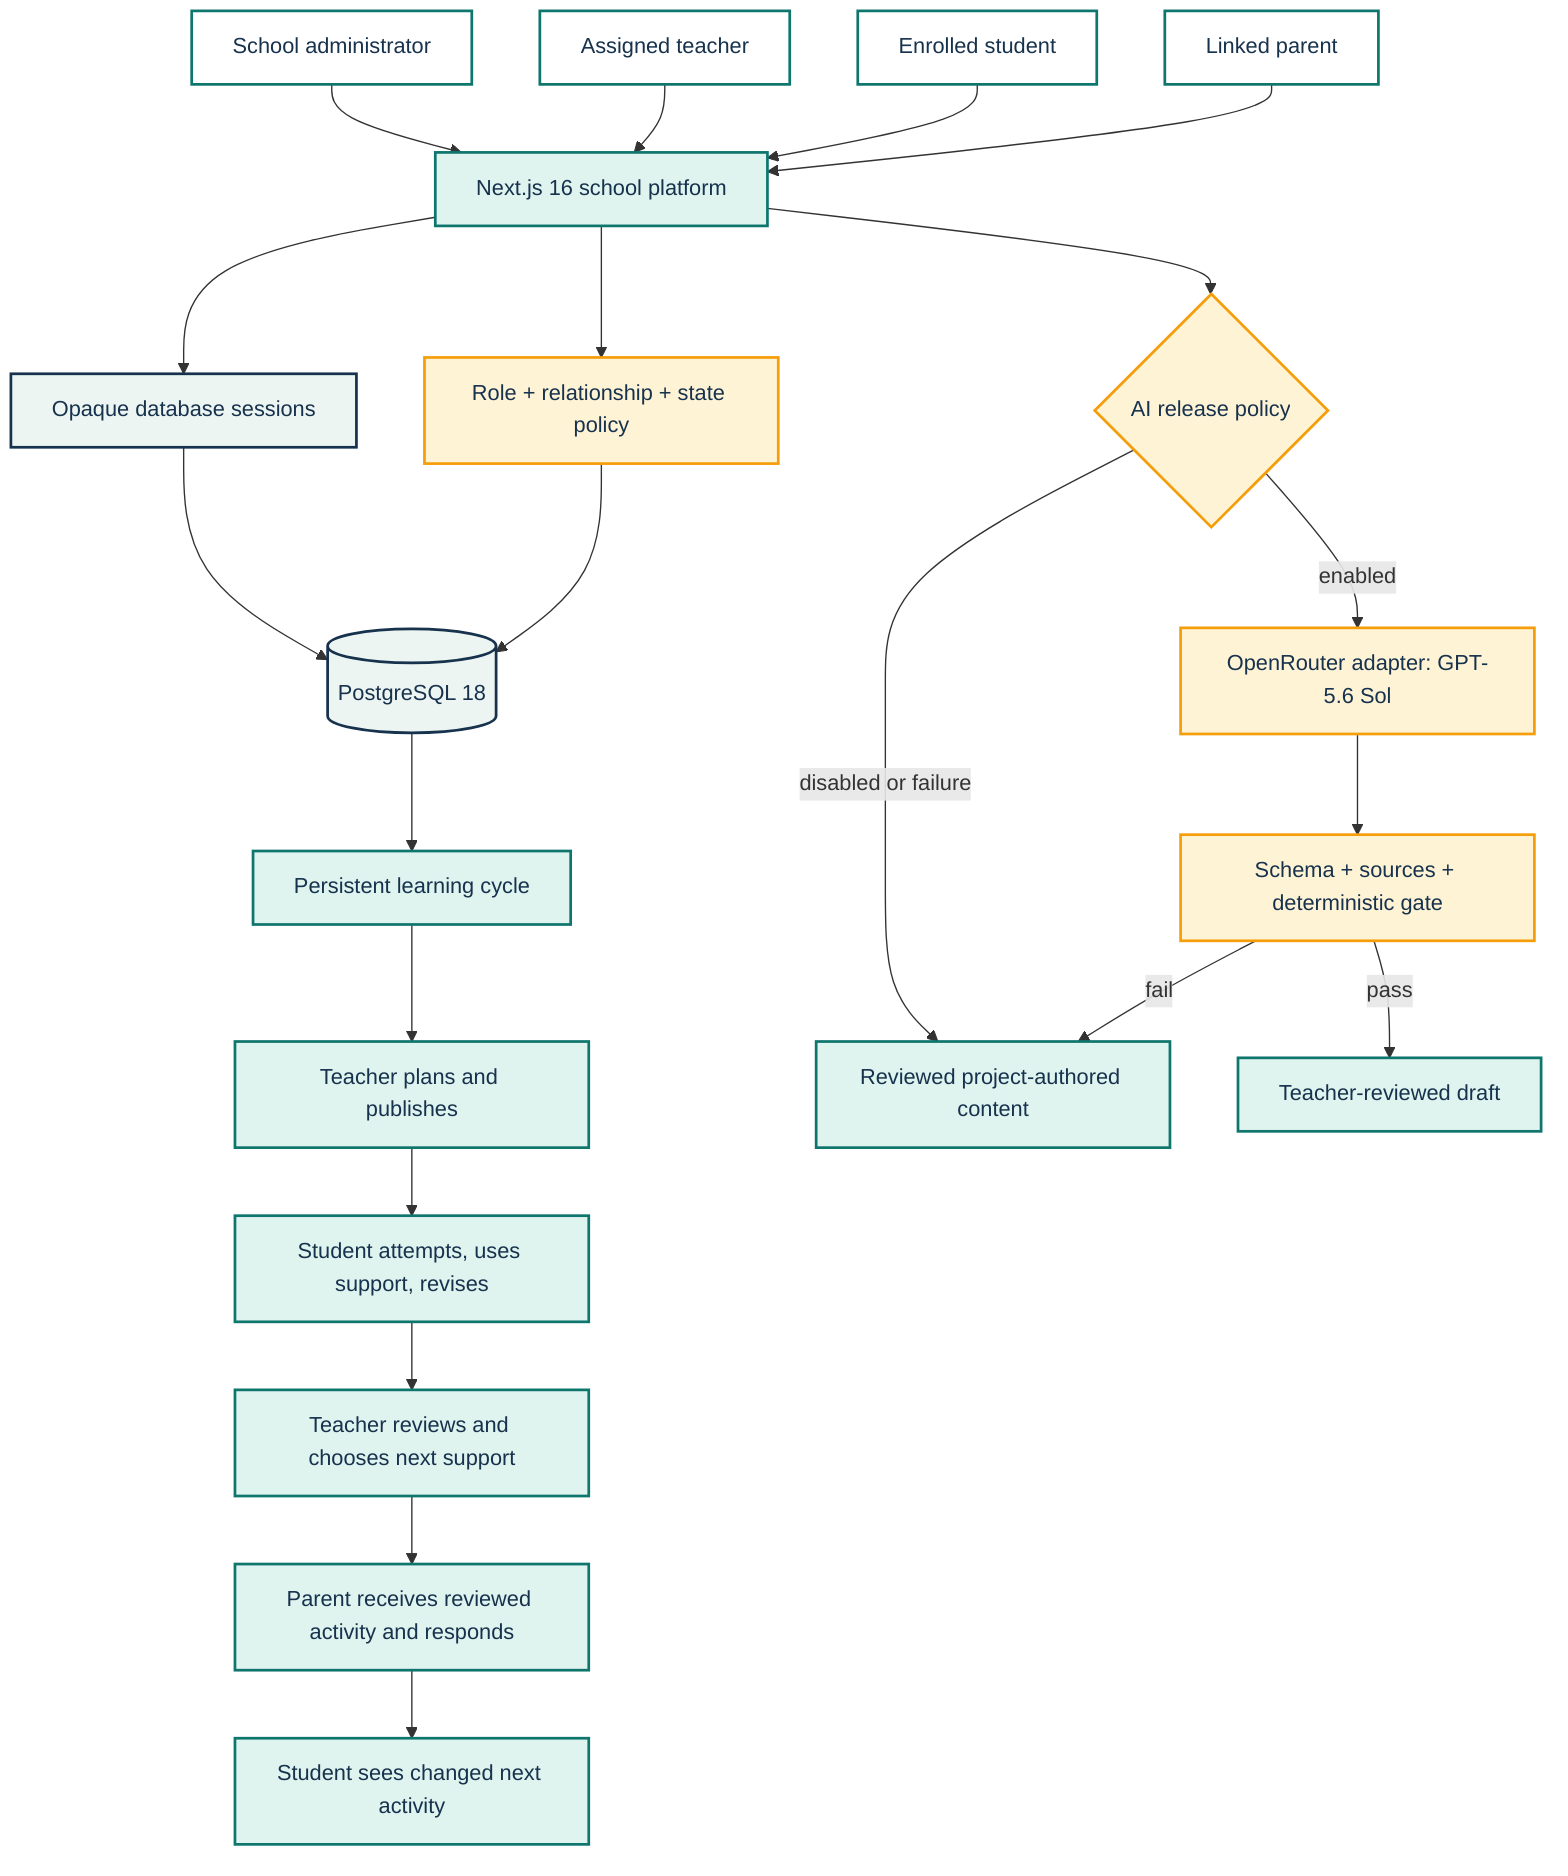
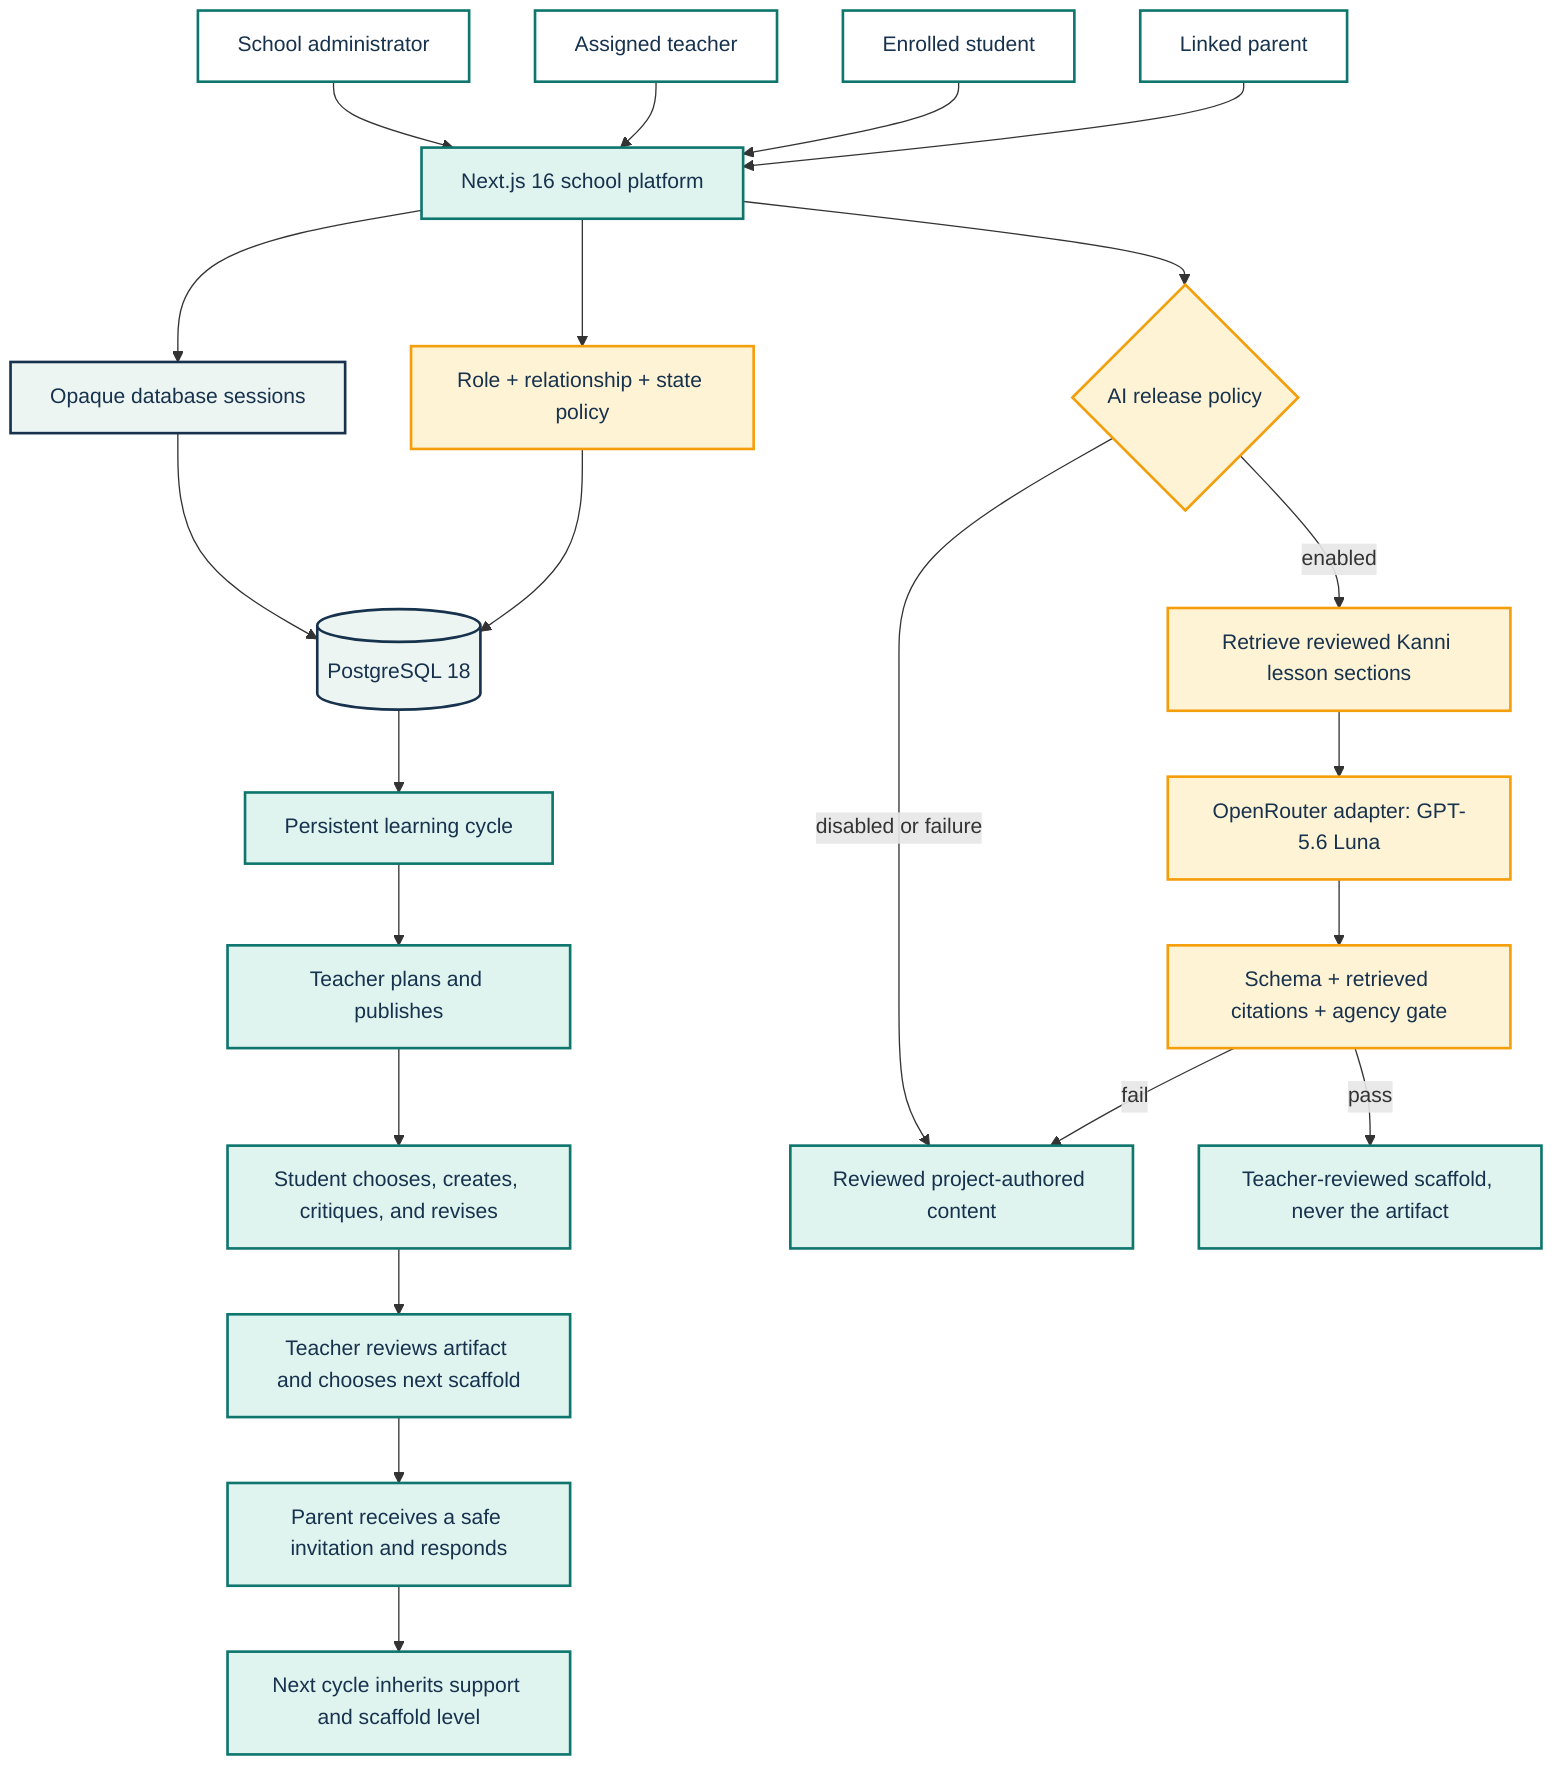
%% Compatibility overview only. The canonical architecture evidence is in
%% docs/diagrams/render and docs/SYSTEM-DESIGN.md.
flowchart TB
  Admin["School administrator"] --> App["Next.js 16 school platform"]
  Teacher["Assigned teacher"] --> App
  Student["Enrolled student"] --> App
  Parent["Linked parent"] --> App

  App --> Auth["Opaque database sessions"]
  App --> Policy["Role + relationship + state policy"]
  Auth --> DB[("PostgreSQL 18")]
  Policy --> DB
  DB --> Cycle["Persistent learning cycle"]

  Cycle --> Plan["Teacher plans and publishes"]
-   Plan --> Evidence["Student attempts, uses support, revises"]
-   Evidence --> Review["Teacher reviews and chooses next support"]
-   Review --> Family["Parent receives reviewed activity and responds"]
-   Family --> Next["Student sees changed next activity"]
+   Plan --> Evidence["Student chooses, creates, critiques, and revises"]
+   Evidence --> Review["Teacher reviews artifact and chooses next scaffold"]
+   Review --> Family["Parent receives a safe invitation and responds"]
+   Family --> Next["Next cycle inherits support and scaffold level"]

  App --> Gate{"AI release policy"}
  Gate -->|disabled or failure| Fixed["Reviewed project-authored content"]
-   Gate -->|enabled| Adapter["OpenRouter adapter: GPT-5.6 Sol"]
-   Adapter --> Validate["Schema + sources + deterministic gate"]
-   Validate -->|pass| Draft["Teacher-reviewed draft"]
+   Gate -->|enabled| Retrieval["Retrieve reviewed Kanni lesson sections"]
+   Retrieval --> Adapter["OpenRouter adapter: GPT-5.6 Luna"]
+   Adapter --> Validate["Schema + retrieved citations + agency gate"]
+   Validate -->|pass| Draft["Teacher-reviewed scaffold, never the artifact"]
  Validate -->|fail| Fixed

  classDef role fill:#ffffff,stroke:#0f766e,stroke-width:2px,color:#17324d;
  classDef control fill:#dff3ef,stroke:#0f766e,stroke-width:2px,color:#17324d;
  classDef guard fill:#fff3d6,stroke:#f59e0b,stroke-width:2px,color:#17324d;
  classDef store fill:#edf5f2,stroke:#17324d,stroke-width:2px,color:#17324d;
  class Admin,Teacher,Student,Parent role;
  class App,Cycle,Plan,Evidence,Review,Family,Next,Fixed,Draft control;
-   class Policy,Gate,Adapter,Validate guard;
+   class Policy,Gate,Retrieval,Adapter,Validate guard;
  class DB,Auth store;
